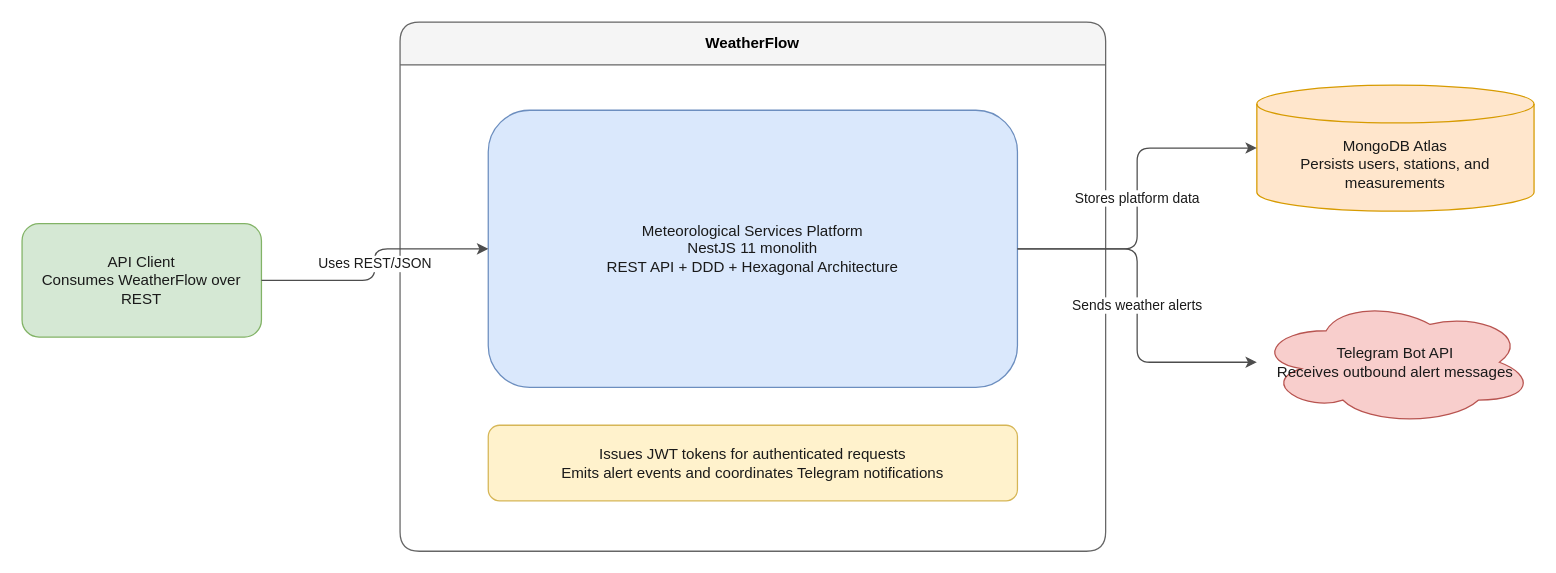
LattanzioB/WheaterFlow keeps this draw.io diagram as page "01 System Context" (1 of 3) of docs/weatherflow-c4-architecture.drawio. Above is the earlier version. Source tidied: cells renumbered, new cells numbered last; positions are measured from the earlier drawing's top-left corner, leaving out a move shared by most shapes. Both pictures are drawn from the tidied source at 126%, with x=0, y=0 at pixel (21, 21).
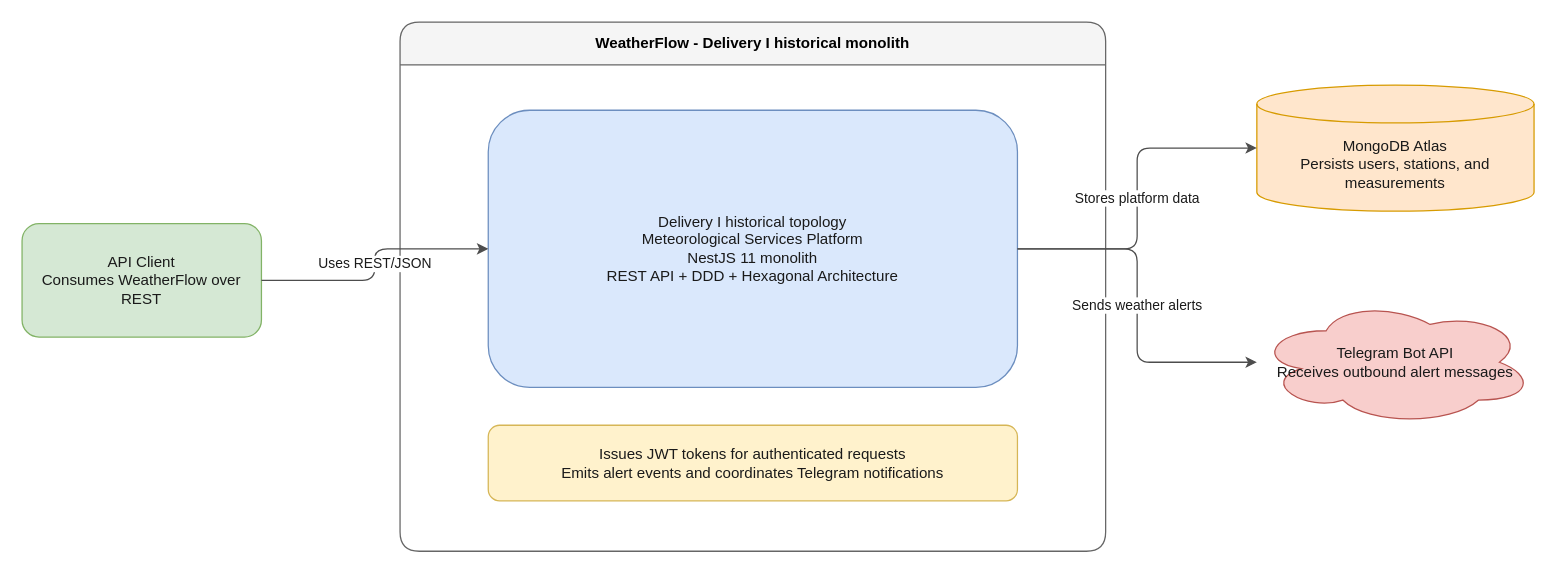
After the change.

Change to the diagram source:
```diff
@@
 <mxGraphModel>
   <root>
     <mxCell id="0" />
     <mxCell id="1" parent="0" />
     <mxCell id="2" value="API Client&#10;Consumes WeatherFlow over REST" style="rounded=1;whiteSpace=wrap;html=1;fillColor=#d5e8d4;strokeColor=#82b366;fontColor=#1a1a1a;" parent="1" vertex="1">
       <mxGeometry y="160" width="190" height="90" as="geometry" />
     </mxCell>
-    <mxCell id="3" value="WeatherFlow" style="swimlane;rounded=1;html=1;whiteSpace=wrap;startSize=34;fillColor=#f5f5f5;strokeColor=#666666;fontStyle=1;" parent="1" vertex="1">
+    <mxCell id="3" value="WeatherFlow - Delivery I historical monolith" style="swimlane;rounded=1;html=1;whiteSpace=wrap;startSize=34;fillColor=#f5f5f5;strokeColor=#666666;fontStyle=1;" parent="1" vertex="1">
       <mxGeometry x="300" width="560" height="420" as="geometry" />
     </mxCell>
-    <mxCell id="4" value="Meteorological Services Platform&#10;NestJS 11 monolith&#10;REST API + DDD + Hexagonal Architecture" style="rounded=1;whiteSpace=wrap;html=1;fillColor=#dae8fc;strokeColor=#6c8ebf;fontColor=#1a1a1a;" parent="3" vertex="1">
+    <mxCell id="4" value="Delivery I historical topology&#10;Meteorological Services Platform&#10;NestJS 11 monolith&#10;REST API + DDD + Hexagonal Architecture" style="rounded=1;whiteSpace=wrap;html=1;fillColor=#dae8fc;strokeColor=#6c8ebf;fontColor=#1a1a1a;" parent="3" vertex="1">
       <mxGeometry x="70" y="70" width="420" height="220" as="geometry" />
     </mxCell>
     <mxCell id="5" value="Issues JWT tokens for authenticated requests&#10;Emits alert events and coordinates Telegram notifications" style="rounded=1;whiteSpace=wrap;html=1;fillColor=#fff2cc;strokeColor=#d6b656;fontColor=#1a1a1a;" parent="3" vertex="1">
       <mxGeometry x="70" y="320" width="420" height="60" as="geometry" />
     </mxCell>
     <mxCell id="6" value="MongoDB Atlas&#10;Persists users, stations, and measurements" style="shape=cylinder3;whiteSpace=wrap;html=1;boundedLbl=1;fillColor=#ffe6cc;strokeColor=#d79b00;fontColor=#1a1a1a;" parent="1" vertex="1">
       <mxGeometry x="980" y="50" width="220" height="100" as="geometry" />
     </mxCell>
     <mxCell id="7" value="Telegram Bot API&#10;Receives outbound alert messages" style="shape=cloud;whiteSpace=wrap;html=1;fillColor=#f8cecc;strokeColor=#b85450;fontColor=#1a1a1a;" parent="1" vertex="1">
       <mxGeometry x="980" y="220" width="220" height="100" as="geometry" />
     </mxCell>
     <mxCell id="8" value="Uses REST/JSON" style="edgeStyle=orthogonalEdgeStyle;rounded=1;jettySize=auto;html=1;strokeColor=#4d4d4d;fontColor=#1a1a1a;" parent="1" edge="1" source="2" target="4">
       <mxGeometry relative="1" as="geometry" />
     </mxCell>
     <mxCell id="9" value="Stores platform data" style="edgeStyle=orthogonalEdgeStyle;rounded=1;jettySize=auto;html=1;strokeColor=#4d4d4d;fontColor=#1a1a1a;" parent="1" edge="1" source="4" target="6">
       <mxGeometry relative="1" as="geometry" />
     </mxCell>
     <mxCell id="10" value="Sends weather alerts" style="edgeStyle=orthogonalEdgeStyle;rounded=1;jettySize=auto;html=1;strokeColor=#4d4d4d;fontColor=#1a1a1a;" parent="1" edge="1" source="4" target="7">
       <mxGeometry relative="1" as="geometry" />
     </mxCell>
   </root>
 </mxGraphModel>
```
